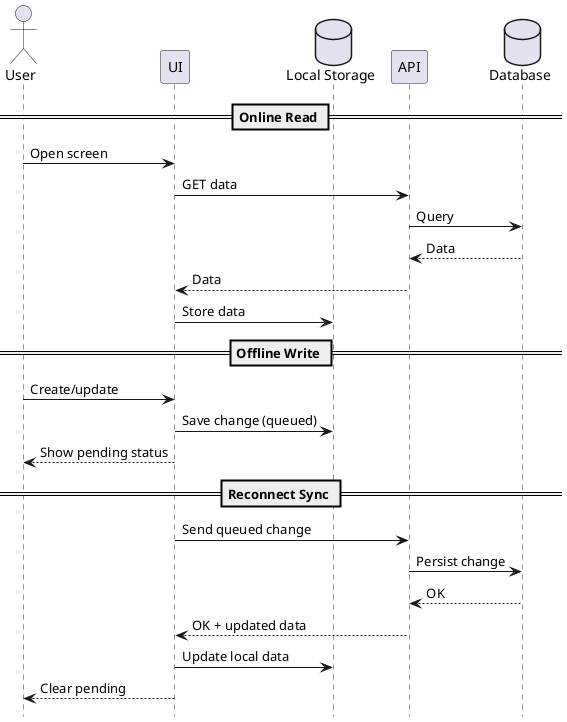
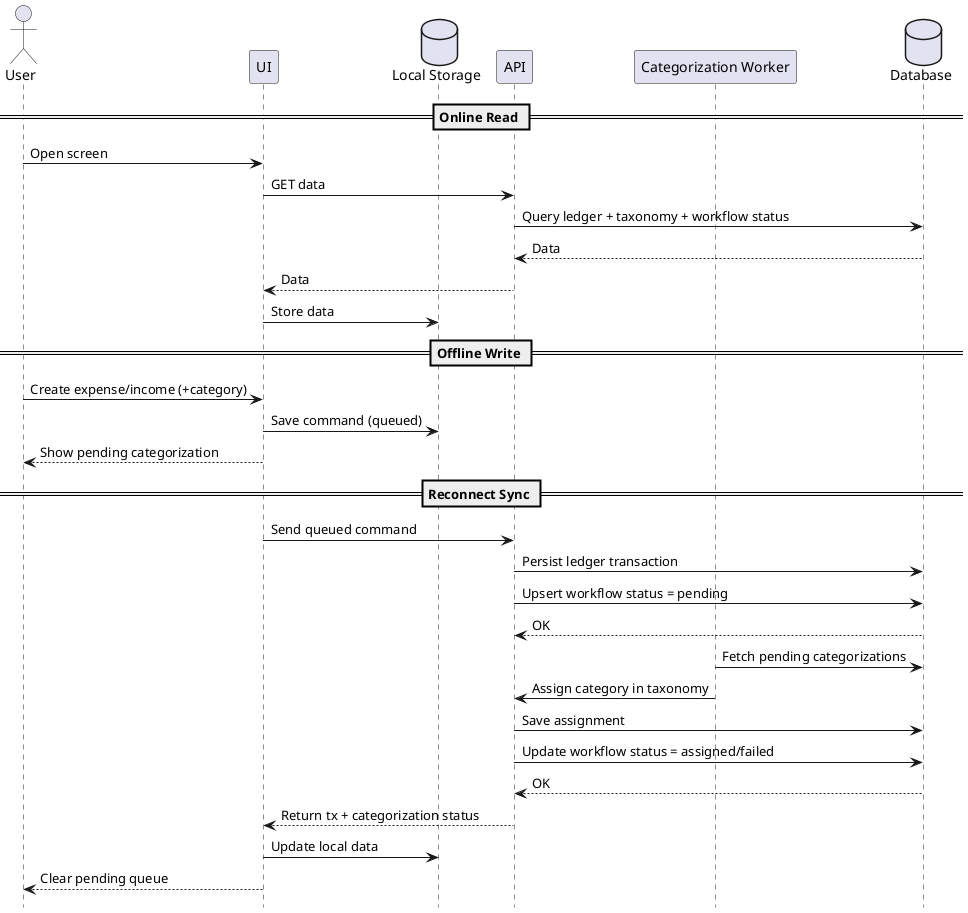
@startuml
hide footbox

actor User
participant UI
database "Local Storage" as Cache
participant API
+ participant "Categorization Worker" as Worker
database "Database" as DB

== Online Read ==
User -> UI : Open screen
UI -> API : GET data
- API -> DB : Query
+ API -> DB : Query ledger + taxonomy + workflow status
DB --> API : Data
API --> UI : Data
UI -> Cache : Store data

== Offline Write ==
- User -> UI : Create/update
- UI -> Cache : Save change (queued)
- UI --> User : Show pending status
+ User -> UI : Create expense/income (+category)
+ UI -> Cache : Save command (queued)
+ UI --> User : Show pending categorization

== Reconnect Sync ==
- UI -> API : Send queued change
- API -> DB : Persist change
+ UI -> API : Send queued command
+ API -> DB : Persist ledger transaction
+ API -> DB : Upsert workflow status = pending
DB --> API : OK
- API --> UI : OK + updated data
+ 
+ Worker -> DB : Fetch pending categorizations
+ Worker -> API : Assign category in taxonomy
+ API -> DB : Save assignment
+ API -> DB : Update workflow status = assigned/failed
+ DB --> API : OK
+ 
+ API --> UI : Return tx + categorization status
UI -> Cache : Update local data
- UI --> User : Clear pending
+ UI --> User : Clear pending queue
+ 
@enduml
